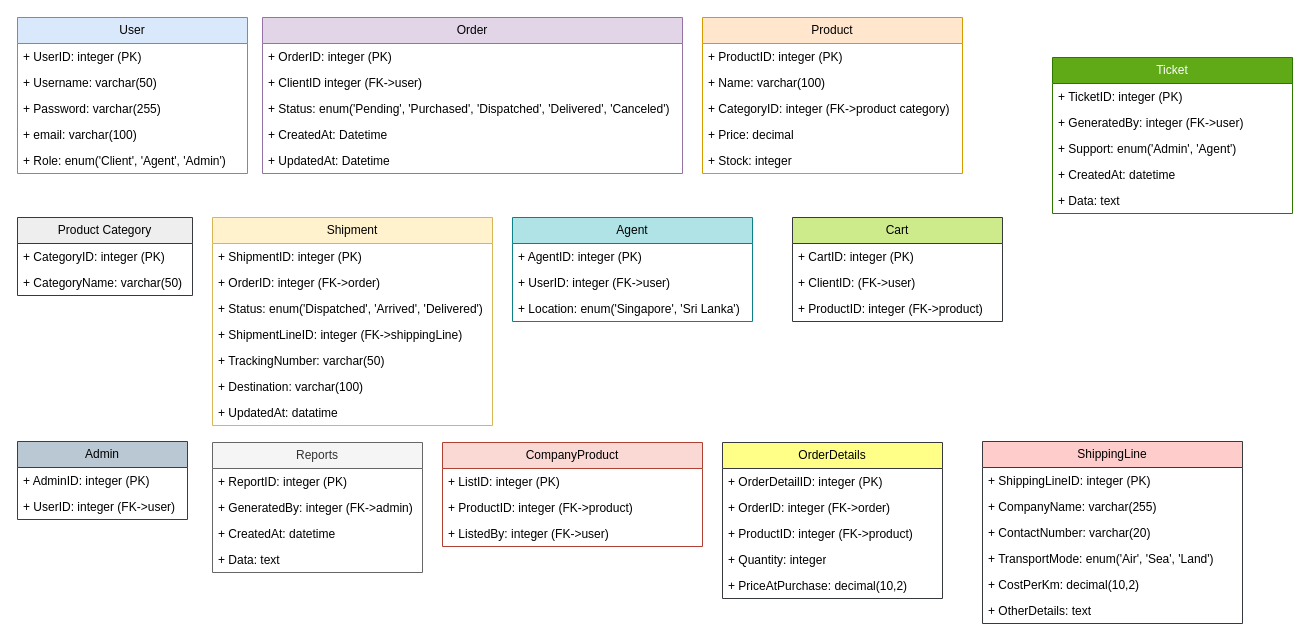
The draw.io diagram diagrams/UML-class-diagram.drawio in K-M-Shehan/software-design-docs, before the edit. Source tidied: cells renumbered, new cells numbered last; positions are measured from the earlier drawing's top-left corner, leaving out a move shared by most shapes. Both pictures are drawn from the tidied source at 100%, with x=0, y=0 at pixel (17, 17).
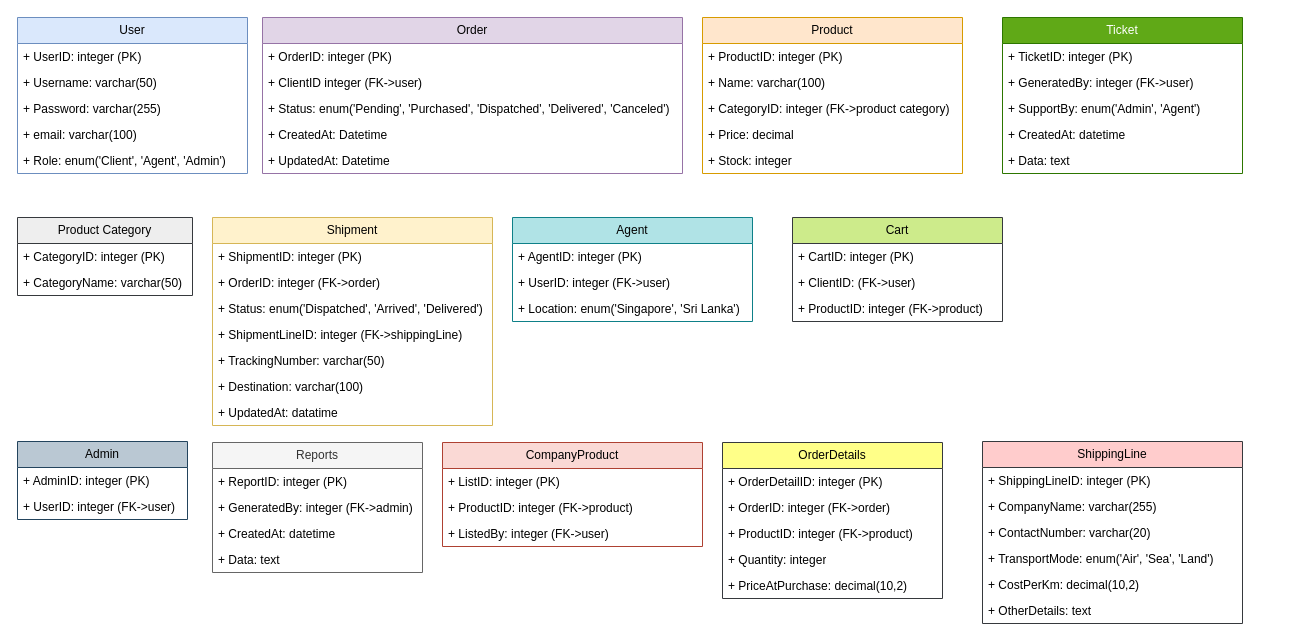
The same diagram, later.

Commit message:
created ticket table and its attributes

Diff of the diagram source:
```diff
@@
     <mxCell id="64" value="Ticket" style="swimlane;fontStyle=0;horizontal=1;startSize=26;fillColor=#60a917;whiteSpace=wrap;html=1;strokeColor=#2D7600;fontColor=#ffffff;" parent="1" vertex="1">
-      <mxGeometry x="1035" y="40" width="240" height="156" as="geometry" />
+      <mxGeometry x="985" width="240" height="156" as="geometry" />
     </mxCell>
@@
-    <mxCell id="67" value="+ Support: enum('Admin', 'Agent')" style="text;strokeColor=none;fillColor=none;align=left;verticalAlign=top;spacingLeft=4;spacingRight=4;overflow=hidden;whiteSpace=wrap;html=1;" parent="64" vertex="1">
+    <mxCell id="67" value="+ SupportBy: enum('Admin', 'Agent')" style="text;strokeColor=none;fillColor=none;align=left;verticalAlign=top;spacingLeft=4;spacingRight=4;overflow=hidden;whiteSpace=wrap;html=1;" parent="64" vertex="1">
       <mxGeometry y="78" width="240" height="26" as="geometry" />
     </mxCell>
```
